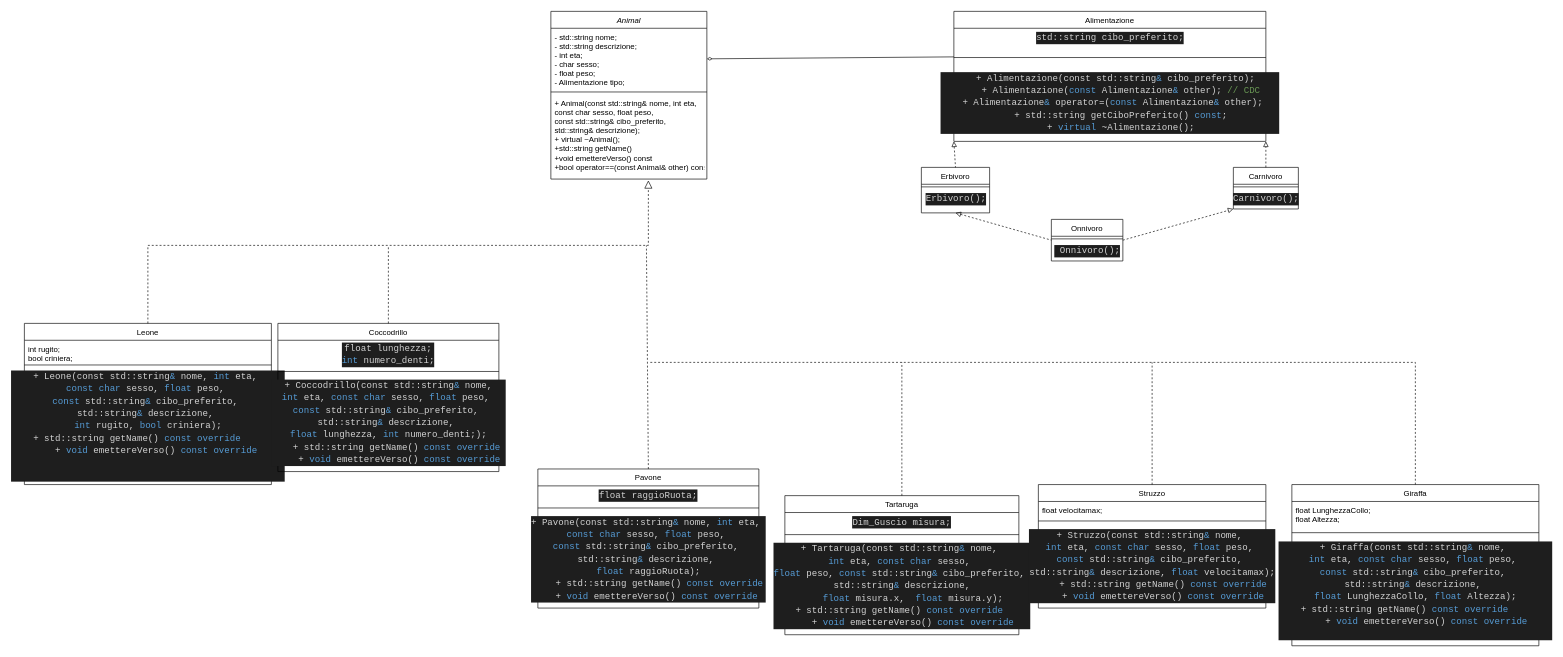
Above: PAOZOOUML.drawio in DavidePicc/PaoProject (draw.io), before the change. Source tidied: cells renumbered, new cells numbered last; positions are measured from the earlier drawing's top-left corner, leaving out a move shared by most shapes. Both pictures are drawn from the tidied source at 65%, with x=0, y=0 at pixel (24, 11).
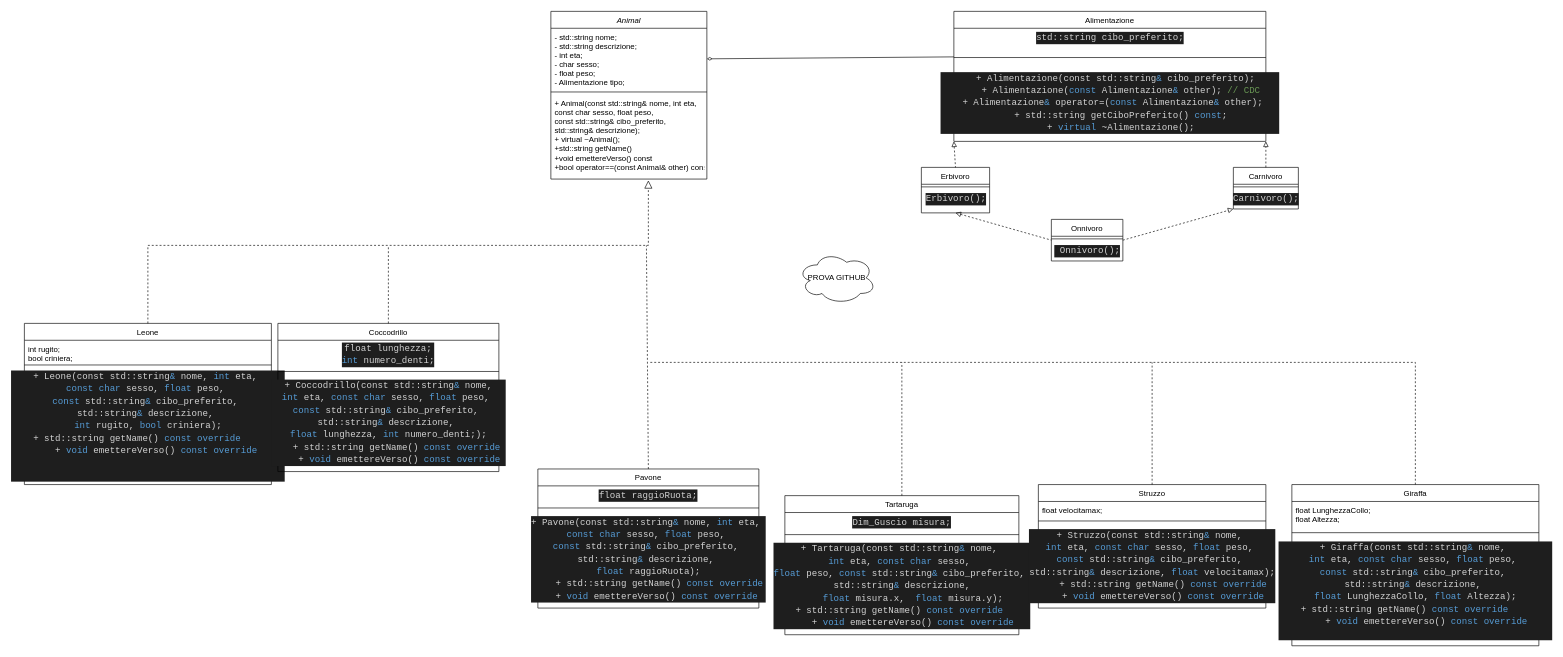
After the change.

The edit, as a diff of the source:
```diff
@@
+    <mxCell id="54" value="PROVA GITHUB" style="ellipse;shape=cloud;whiteSpace=wrap;html=1;" parent="1" vertex="1">
+      <mxGeometry x="1190" y="370" width="120" height="80" as="geometry" />
+    </mxCell>
```
